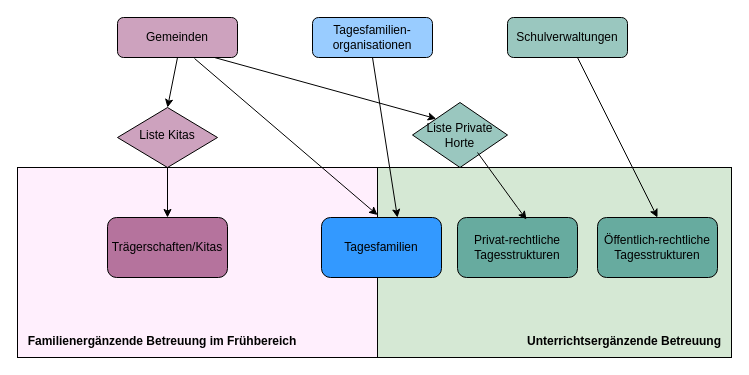
Before: Unbenanntes Diagramm.drawio in oliviablo/Rconfig, a draw.io diagram. Source tidied: cells renumbered, new cells numbered last; positions are measured from the earlier drawing's top-left corner, leaving out a move shared by most shapes. Both pictures are drawn from the tidied source at 100%, with x=0, y=0 at pixel (17, 17).
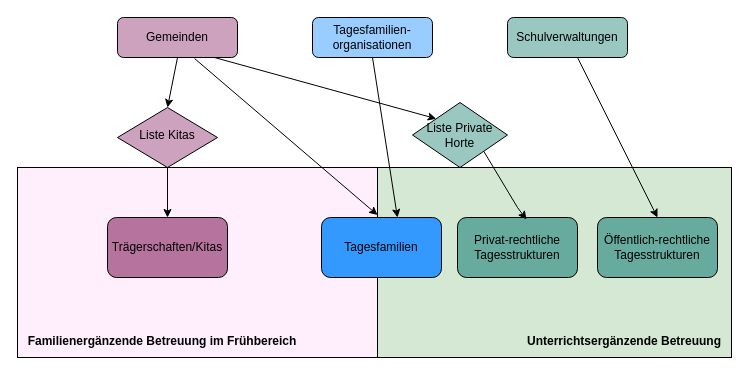
The same page after the edit.

The change refers to these unchanged cells:
```xml
<mxCell id="9" value="Privat-rechtliche Tagesstrukturen" style="rounded=1;whiteSpace=wrap;html=1;fillColor=#67AB9F;" parent="1" vertex="1">
  <mxGeometry x="440" y="200" width="120" height="60" as="geometry" />
</mxCell>
<mxCell id="19" value="Liste Private Horte" style="rhombus;whiteSpace=wrap;html=1;fillColor=#9AC7BF;" parent="1" vertex="1">
  <mxGeometry x="395" y="85" width="95" height="65" as="geometry" />
</mxCell>
```

The edit, as a diff of the source:
```diff
@@
-    <mxCell id="21" style="endArrow=classic;html=1;rounded=0;entryX=0.575;entryY=0.033;entryDx=0;entryDy=0;entryPerimeter=0;" parent="1" edge="1" target="9">
+    <mxCell id="21" style="endArrow=classic;html=1;rounded=0;entryX=0.575;entryY=0.033;entryDx=0;entryDy=0;entryPerimeter=0;exitX=1;exitY=1;exitDx=0;exitDy=0;" parent="1" edge="1" source="19" target="9">
       <mxGeometry relative="1" as="geometry">
-        <mxPoint x="460" y="135" as="sourcePoint" />
         <Array as="points">
           <mxPoint x="500" y="190" />
         </Array>
       </mxGeometry>
     </mxCell>
```
